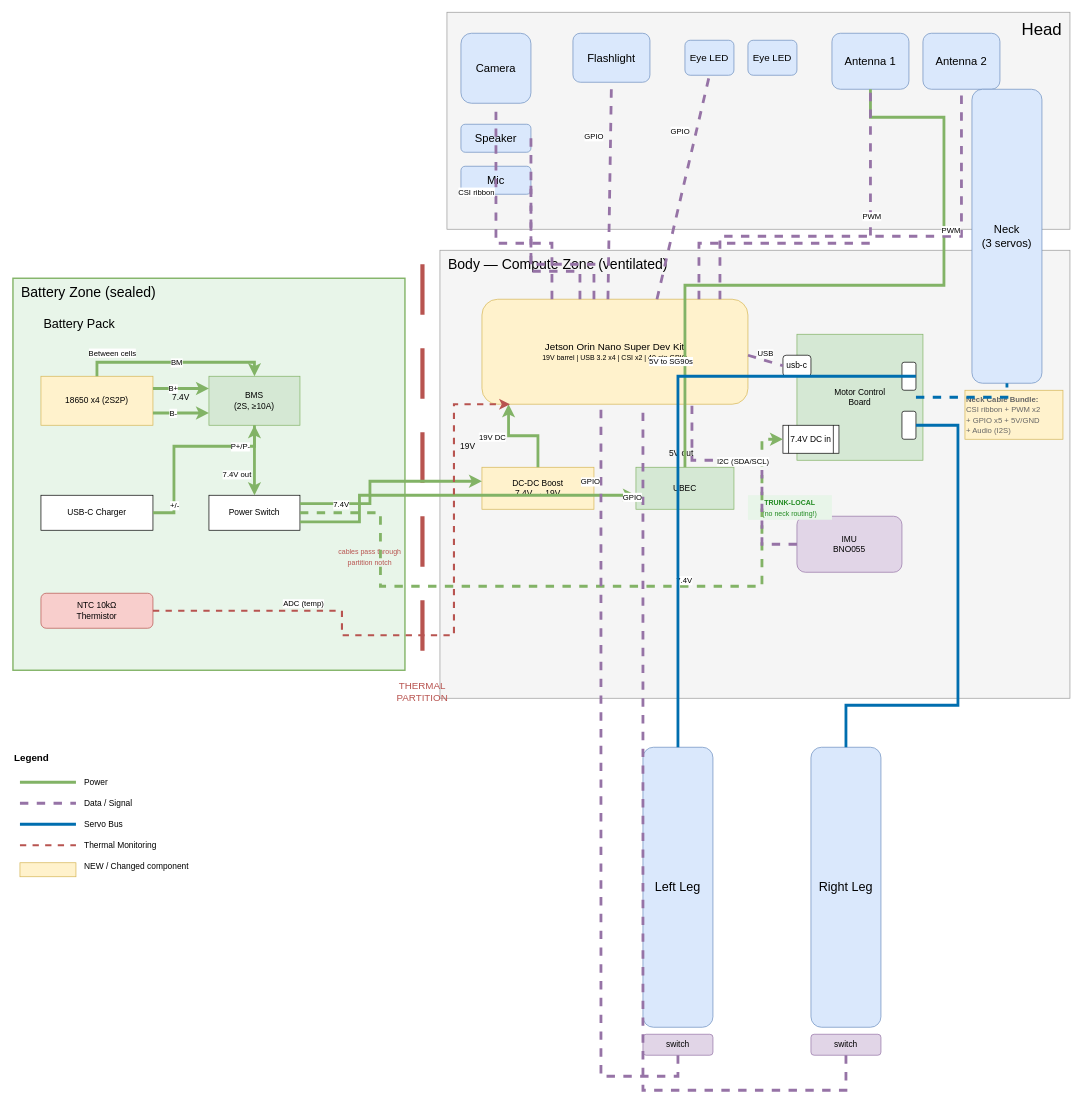
Above: docs/jetson-mod/jetson_wiring_diagram.drawio in XiaohuiChen-personal/Open_Duck_Mini_Jetson (draw.io), before the change. Source tidied: cells renumbered, new cells numbered last; positions are measured from the earlier drawing's top-left corner, leaving out a move shared by most shapes. Both pictures are drawn from the tidied source at 70%, with x=0, y=0 at pixel (13, 12).
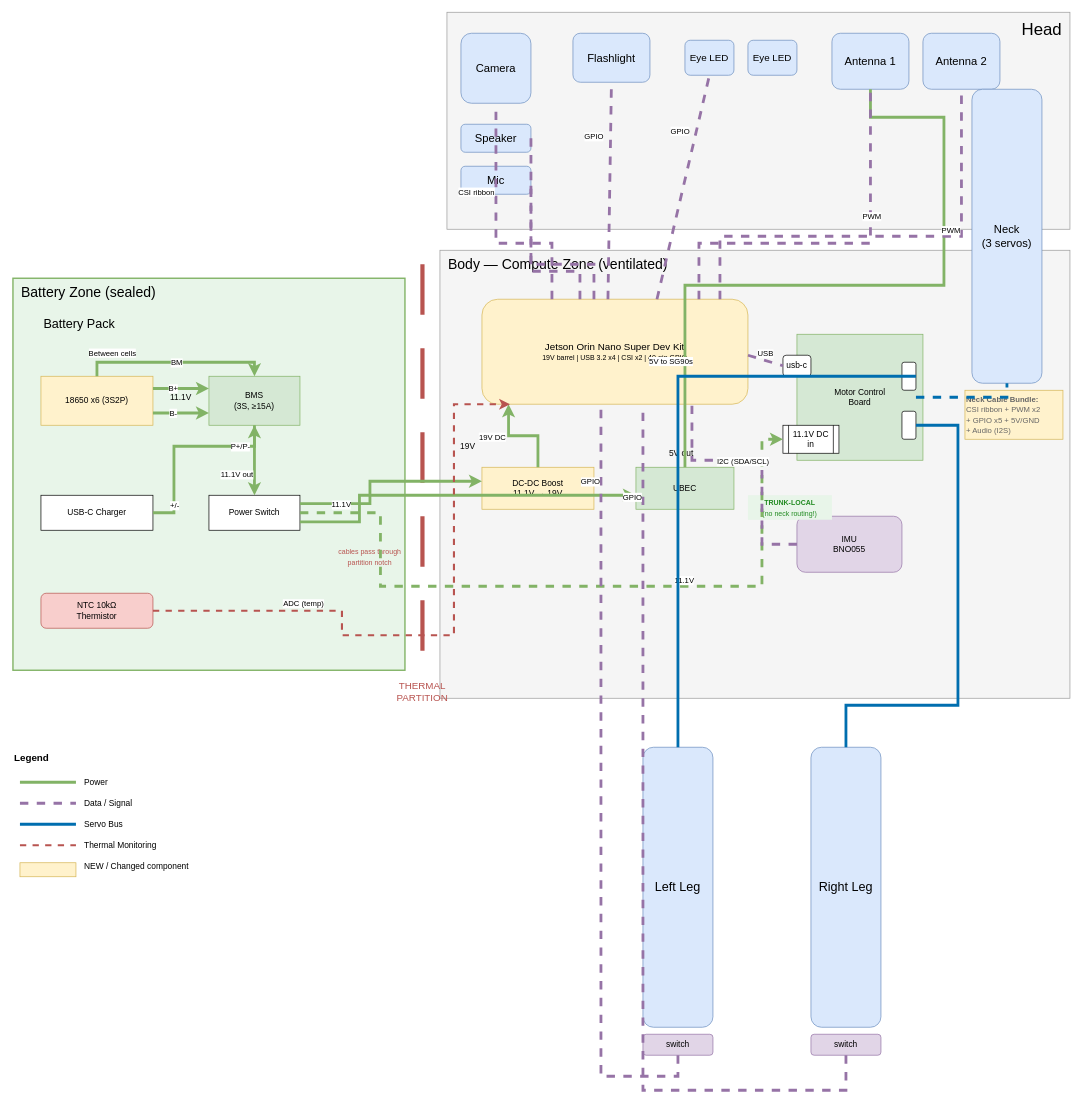
The same diagram, later.

Commit message (it also covers changes not shown here):
Update mass calculations, wiring diagram, and verification for STS3250

- mass_inertia_calculations.md: Add STS3250 servo migration section with
  per-body mass deltas, updated final values, and 4-column mass summary
- jetson_wiring_diagram.drawio: Update battery (2S2P→3S2P), BMS (2S→3S),
  and all voltage labels (7.4V→11.1V) for STS3250 12V operation
- verify_tasks_2_1_to_2_3.py: Update MuJoCo comparison PD gains and
  torque clip to STS3250 BAM id008 values (kp=45.53, kd=1.346)

Unchanged cells that the change refers to:
```xml
<mxCell id="64" style="edgeStyle=orthogonalEdgeStyle;rounded=0;jettySize=auto;html=1;exitX=0.5;exitY=1;exitDx=0;exitDy=0;entryX=0.5;entryY=0;entryDx=0;entryDy=0;fillColor=#d5e8d4;strokeColor=#82b366;strokeWidth=4;" parent="1" edge="1" source="12" target="13">
  <mxGeometry relative="1" as="geometry" />
</mxCell>
<mxCell id="67" style="endArrow=classic;html=1;rounded=0;fillColor=#d5e8d4;strokeColor=#82b366;strokeWidth=4;" parent="1" edge="1">
  <mxGeometry relative="1" as="geometry">
    <mxPoint x="410" y="702" as="sourcePoint" />
    <mxPoint x="670" y="670" as="targetPoint" />
    <Array as="points">
      <mxPoint x="510" y="702" />
      <mxPoint x="510" y="670" />
    </Array>
  </mxGeometry>
</mxCell>
<mxCell id="69" style="endArrow=classic;html=1;rounded=0;fillColor=#d5e8d4;strokeColor=#82b366;strokeWidth=4;dashed=1;" parent="1" edge="1">
  <mxGeometry relative="1" as="geometry">
    <mxPoint x="410" y="715" as="sourcePoint" />
    <mxPoint x="1100" y="610" as="targetPoint" />
    <Array as="points">
      <mxPoint x="525" y="715" />
      <mxPoint x="525" y="820" />
      <mxPoint x="1070" y="820" />
      <mxPoint x="1070" y="610" />
    </Array>
  </mxGeometry>
</mxCell>
```

What changed in the source:
```diff
@@
-    <mxCell id="11" value="18650 x4 (2S2P)" style="rounded=0;whiteSpace=wrap;html=1;fillColor=#fff2cc;strokeColor=#d6b656;" parent="1" vertex="1">
+    <mxCell id="11" value="18650 x6 (3S2P)" style="rounded=0;whiteSpace=wrap;html=1;fillColor=#fff2cc;strokeColor=#d6b656;" parent="1" vertex="1">
       <mxGeometry x="40" y="520" width="160" height="70" as="geometry" />
     </mxCell>
-    <mxCell id="12" value="BMS&lt;br&gt;(2S, ≥10A)" style="rounded=0;whiteSpace=wrap;html=1;fillColor=#d5e8d4;strokeColor=#82b366;" parent="1" vertex="1">
+    <mxCell id="12" value="BMS&lt;br&gt;(3S, ≥15A)" style="rounded=0;whiteSpace=wrap;html=1;fillColor=#d5e8d4;strokeColor=#82b366;" parent="1" vertex="1">
       <mxGeometry x="280" y="520" width="130" height="70" as="geometry" />
     </mxCell>
@@
-    <mxCell id="16" value="7.4V" style="text;html=1;align=center;verticalAlign=middle;whiteSpace=wrap;rounded=0;" parent="1" vertex="1">
+    <mxCell id="16" value="11.1V" style="text;html=1;align=center;verticalAlign=middle;whiteSpace=wrap;rounded=0;" parent="1" vertex="1">
       <mxGeometry x="210" y="535" width="60" height="30" as="geometry" />
     </mxCell>
@@
-    <mxCell id="18" value="DC-DC Boost&lt;br&gt;7.4V → 19V" style="rounded=0;whiteSpace=wrap;html=1;fillColor=#fff2cc;strokeColor=#d6b656;" parent="1" vertex="1">
+    <mxCell id="18" value="DC-DC Boost&lt;br&gt;11.1V → 19V" style="rounded=0;whiteSpace=wrap;html=1;fillColor=#fff2cc;strokeColor=#d6b656;" parent="1" vertex="1">
       <mxGeometry x="670" y="650" width="160" height="60" as="geometry" />
     </mxCell>
@@
-    <mxCell id="22" value="7.4V DC in" style="shape=process;whiteSpace=wrap;html=1;backgroundOutline=1;" parent="1" vertex="1">
+    <mxCell id="22" value="11.1V DC in" style="shape=process;whiteSpace=wrap;html=1;backgroundOutline=1;" parent="1" vertex="1">
       <mxGeometry x="1100" y="590" width="80" height="40" as="geometry" />
     </mxCell>
@@
-    <mxCell id="66" value="7.4V out" style="edgeLabel;html=1;align=center;verticalAlign=middle;" parent="64" vertex="1">
+    <mxCell id="66" value="11.1V out" style="edgeLabel;html=1;align=center;verticalAlign=middle;" parent="64" vertex="1">
       <mxGeometry x="0.4" y="-1" relative="1" as="geometry">
         <mxPoint x="-25" as="offset" />
       </mxGeometry>
     </mxCell>
@@
-    <mxCell id="68" value="7.4V" style="edgeLabel;html=1;align=center;verticalAlign=middle;" parent="67" vertex="1">
+    <mxCell id="68" value="11.1V" style="edgeLabel;html=1;align=center;verticalAlign=middle;" parent="67" vertex="1">
       <mxGeometry x="-0.6" y="-1" relative="1" as="geometry" />
     </mxCell>
@@
-    <mxCell id="70" value="7.4V" style="edgeLabel;html=1;align=center;verticalAlign=middle;" parent="69" vertex="1">
+    <mxCell id="70" value="11.1V" style="edgeLabel;html=1;align=center;verticalAlign=middle;" parent="69" vertex="1">
       <mxGeometry x="0.3" y="-1" relative="1" as="geometry">
         <mxPoint y="-10" as="offset" />
       </mxGeometry>
     </mxCell>
```
